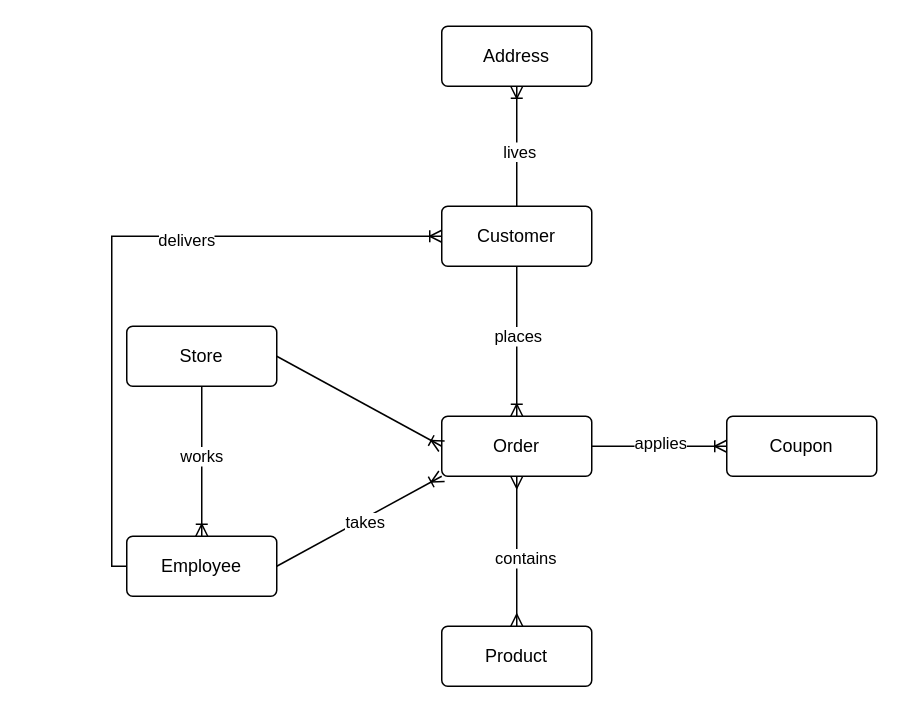
This is PizzaDB/PracticePizzaDB.drawio from Devekr63/EssentialSQLSamples, a draw.io file, before an edit. Source tidied: cells renumbered, new cells numbered last; positions are measured from the earlier drawing's top-left corner, leaving out a move shared by most shapes. Both pictures are drawn from the tidied source at 150%, with x=0, y=0 at pixel (126, 26).
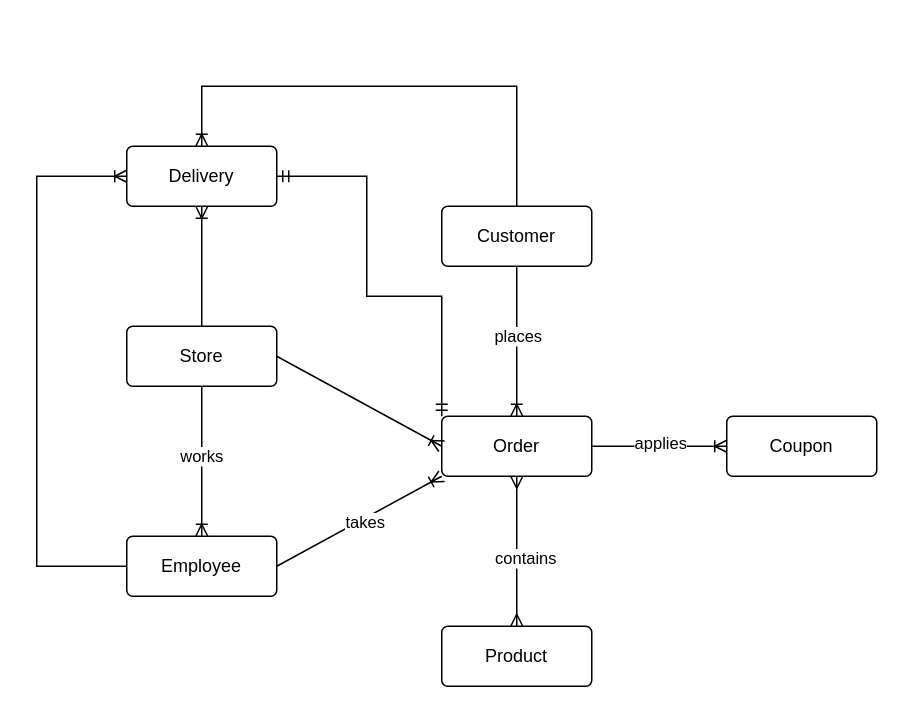
Above is the later version.

The change refers to these unchanged cells:
```xml
<mxCell id="2" value="Store" style="rounded=1;arcSize=10;whiteSpace=wrap;html=1;align=center;" parent="1" vertex="1">
  <mxGeometry y="200" width="100" height="40" as="geometry" />
</mxCell>
<mxCell id="3" value="Customer" style="rounded=1;arcSize=10;whiteSpace=wrap;html=1;align=center;" parent="1" vertex="1">
  <mxGeometry x="210" y="120" width="100" height="40" as="geometry" />
</mxCell>
<mxCell id="4" value="Employee" style="rounded=1;arcSize=10;whiteSpace=wrap;html=1;align=center;" parent="1" vertex="1">
  <mxGeometry y="340" width="100" height="40" as="geometry" />
</mxCell>
<mxCell id="6" value="Order" style="rounded=1;arcSize=10;whiteSpace=wrap;html=1;align=center;" parent="1" vertex="1">
  <mxGeometry x="210" y="260" width="100" height="40" as="geometry" />
</mxCell>
```

The edit, as a diff of the source:
```diff
@@
-    <mxCell id="19" value="Address" style="rounded=1;arcSize=10;whiteSpace=wrap;html=1;align=center;" parent="1" vertex="1">
-      <mxGeometry x="210" width="100" height="40" as="geometry" />
-    </mxCell>
-    <mxCell id="20" style="fontSize=12;html=1;endArrow=ERoneToMany;rounded=0;exitX=0.5;exitY=0;exitDx=0;exitDy=0;entryX=0.5;entryY=1;entryDx=0;entryDy=0;" parent="1" edge="1" source="3" target="19">
-      <mxGeometry relative="1" as="geometry" />
-    </mxCell>
-    <mxCell id="21" value="lives" style="edgeLabel;html=1;align=center;verticalAlign=middle;" parent="20" vertex="1">
-      <mxGeometry x="-0.08" y="-1" relative="1" as="geometry" />
-    </mxCell>
-    <mxCell id="22" style="edgeStyle=orthogonalEdgeStyle;fontSize=12;html=1;endArrow=ERoneToMany;rounded=0;exitX=0;exitY=0.5;exitDx=0;exitDy=0;entryX=0;entryY=0.5;entryDx=0;entryDy=0;" parent="1" edge="1" source="4" target="3">
-      <mxGeometry relative="1" as="geometry" />
-    </mxCell>
-    <mxCell id="23" value="delivers" style="edgeLabel;html=1;align=center;verticalAlign=middle;" parent="22" vertex="1">
-      <mxGeometry x="0.24" y="-2" relative="1" as="geometry" />
-    </mxCell>
+    <mxCell id="24" value="Delivery" style="rounded=1;arcSize=10;whiteSpace=wrap;html=1;align=center;" parent="1" vertex="1">
+      <mxGeometry y="80" width="100" height="40" as="geometry" />
+    </mxCell>
+    <mxCell id="25" style="fontSize=12;html=1;endArrow=ERmandOne;startArrow=ERmandOne;rounded=0;exitX=1;exitY=0.5;exitDx=0;exitDy=0;entryX=0;entryY=0;entryDx=0;entryDy=0;edgeStyle=orthogonalEdgeStyle;" parent="1" edge="1" source="24" target="6">
+      <mxGeometry relative="1" as="geometry">
+        <Array as="points">
+          <mxPoint x="160" y="100" />
+          <mxPoint x="160" y="180" />
+          <mxPoint x="210" y="180" />
+        </Array>
+      </mxGeometry>
+    </mxCell>
+    <mxCell id="26" style="fontSize=12;html=1;endArrow=ERoneToMany;rounded=0;exitX=0.5;exitY=0;exitDx=0;exitDy=0;entryX=0.5;entryY=0;entryDx=0;entryDy=0;edgeStyle=orthogonalEdgeStyle;" parent="1" edge="1" source="3" target="24">
+      <mxGeometry relative="1" as="geometry">
+        <Array as="points">
+          <mxPoint x="260" y="40" />
+          <mxPoint x="50" y="40" />
+        </Array>
+      </mxGeometry>
+    </mxCell>
+    <mxCell id="27" style="edgeStyle=orthogonalEdgeStyle;fontSize=12;html=1;endArrow=ERoneToMany;rounded=0;exitX=0;exitY=0.5;exitDx=0;exitDy=0;entryX=0;entryY=0.5;entryDx=0;entryDy=0;" parent="1" edge="1" source="4" target="24">
+      <mxGeometry relative="1" as="geometry">
+        <Array as="points">
+          <mxPoint x="-60" y="360" />
+          <mxPoint x="-60" y="100" />
+        </Array>
+      </mxGeometry>
+    </mxCell>
+    <mxCell id="28" style="fontSize=12;html=1;endArrow=ERoneToMany;rounded=0;exitX=0.5;exitY=0;exitDx=0;exitDy=0;entryX=0.5;entryY=1;entryDx=0;entryDy=0;" parent="1" edge="1" source="2" target="24">
+      <mxGeometry relative="1" as="geometry" />
+    </mxCell>
```
